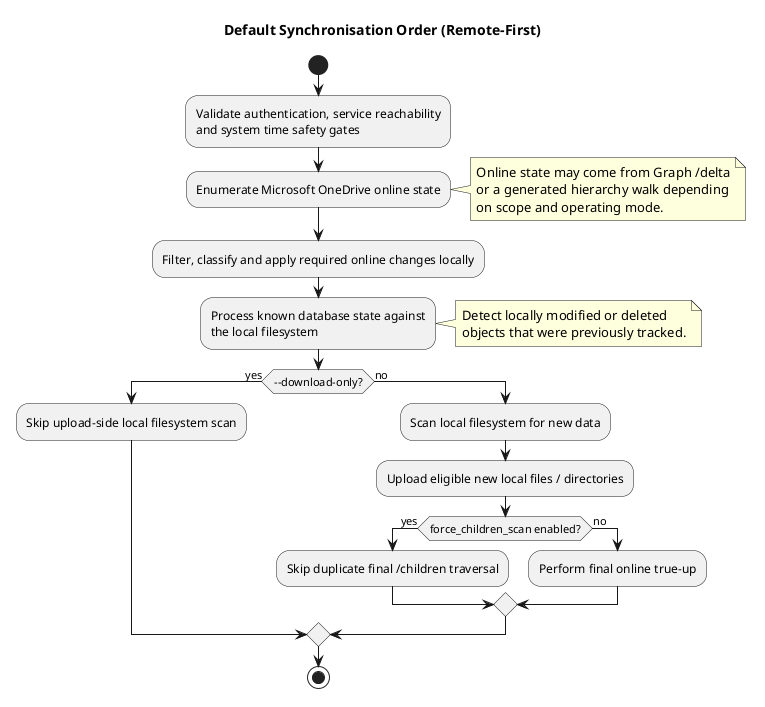
abraunegg/onedrive keeps this PlantUML diagram as docs/puml/default_sync_flow.png. Above is the earlier version.
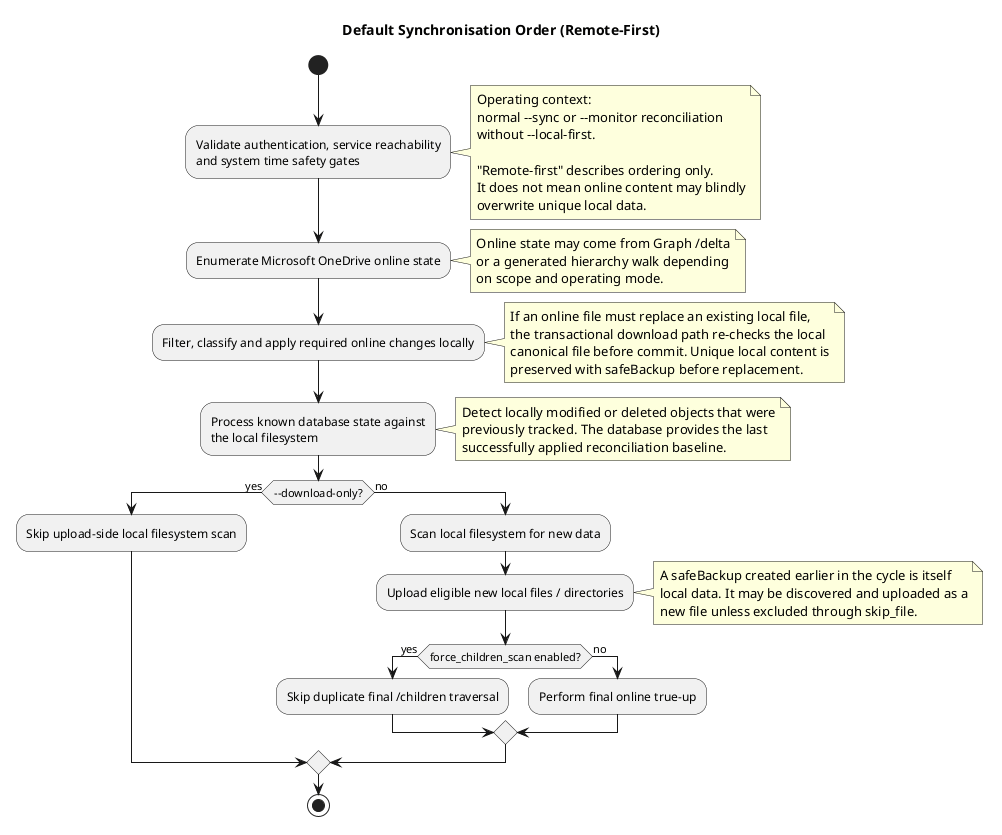
After the commit.

What changed in the source:
```diff
@@ -3,6 +3,15 @@
 
 start
 :Validate authentication, service reachability\nand system time safety gates;
+note right
+  Operating context:
+  normal ~--sync or ~--monitor reconciliation
+  without ~--local-first.
+
+  "Remote-first" describes ordering only.
+  It does not mean online content may blindly
+  overwrite unique local data.
+end note
 
 :Enumerate Microsoft OneDrive online state;
 note right
@@ -11,11 +20,18 @@
   on scope and operating mode.
 end note
 :Filter, classify and apply required online changes locally;
+note right
+  If an online file must replace an existing local file,
+  the transactional download path re-checks the local
+  canonical file before commit. Unique local content is
+  preserved with safeBackup before replacement.
+end note
 
 :Process known database state against\nthe local filesystem;
 note right
-  Detect locally modified or deleted
-  objects that were previously tracked.
+  Detect locally modified or deleted objects that were
+  previously tracked. The database provides the last
+  successfully applied reconciliation baseline.
 end note
 
 if (~--download-only?) then (yes)
@@ -23,6 +39,11 @@
 else (no)
   :Scan local filesystem for new data;
   :Upload eligible new local files / directories;
+  note right
+    A safeBackup created earlier in the cycle is itself
+    local data. It may be discovered and uploaded as a
+    new file unless excluded through skip_file.
+  end note
 
   if (force_children_scan enabled?) then (yes)
     :Skip duplicate final /children traversal;
```
